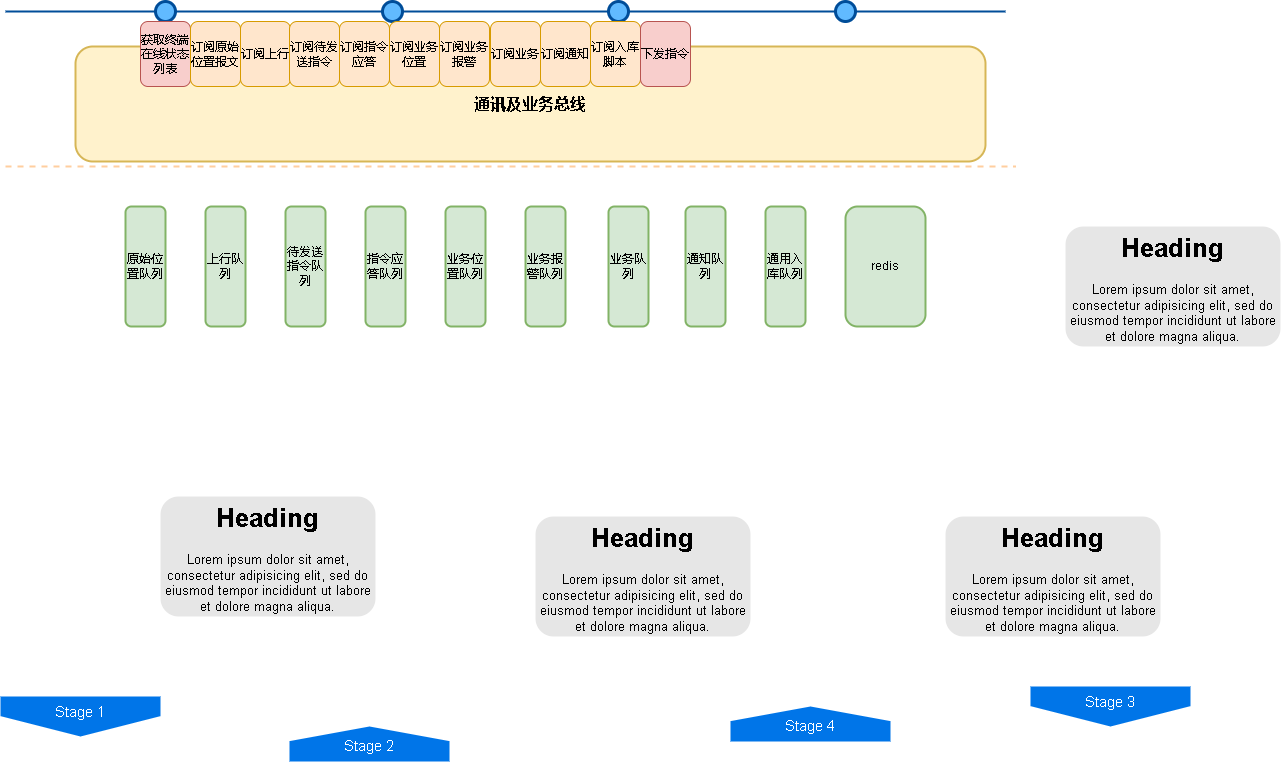
Before: CgoPro业务总线.drawio.png, a diagram exported from draw.io (xktder/draw). Source tidied: cells renumbered, new cells last; positions are measured from the earlier drawing's top-left corner, leaving out a move shared by most shapes. The source it was exported from:
```xml
<mxGraphModel>
  <root>
    <mxCell id="0" />
    <mxCell id="1" parent="0" />
    <mxCell id="2" style="line;strokeWidth=2;html=1;fillColor=none;fontSize=28;fontColor=#004D99;strokeColor=#004D99;" parent="1" vertex="1">
      <mxGeometry x="5" y="5" width="1000" height="10" as="geometry" />
    </mxCell>
    <mxCell id="3" value="Stage 1" style="shape=offPageConnector;whiteSpace=wrap;html=1;fillColor=#0075E8;fontSize=15;fontColor=#FFFFFF;size=0.5093750000000015;verticalAlign=top;strokeColor=none;" parent="1" vertex="1">
      <mxGeometry y="695" width="160" height="40" as="geometry" />
    </mxCell>
    <mxCell id="4" value="&lt;span&gt;Stage 3&lt;/span&gt;" style="shape=offPageConnector;whiteSpace=wrap;html=1;fillColor=#0075E8;fontSize=15;fontColor=#FFFFFF;size=0.5093750000000015;verticalAlign=top;strokeColor=none;" parent="1" vertex="1">
      <mxGeometry x="1030" y="685" width="160" height="40" as="geometry" />
    </mxCell>
    <mxCell id="5" value="&lt;span&gt;Stage 2&lt;/span&gt;" style="shape=offPageConnector;whiteSpace=wrap;html=1;fillColor=#0075E8;fontSize=15;fontColor=#FFFFFF;size=0.4178571428571445;flipV=1;verticalAlign=bottom;strokeColor=none;spacingBottom=4;" parent="1" vertex="1">
      <mxGeometry x="289" y="725" width="160" height="35" as="geometry" />
    </mxCell>
    <mxCell id="6" value="&lt;span&gt;Stage 4&lt;/span&gt;" style="shape=offPageConnector;whiteSpace=wrap;html=1;fillColor=#0075E8;fontSize=15;fontColor=#FFFFFF;size=0.4178571428571445;flipV=1;verticalAlign=bottom;strokeColor=none;spacingBottom=4;" parent="1" vertex="1">
      <mxGeometry x="730" y="705" width="160" height="35" as="geometry" />
    </mxCell>
    <mxCell id="7" style="ellipse;whiteSpace=wrap;html=1;fillColor=#61BAFF;fontSize=28;fontColor=#004D99;strokeWidth=3;strokeColor=#004D99;" parent="1" vertex="1">
      <mxGeometry x="155" width="20" height="20" as="geometry" />
    </mxCell>
    <mxCell id="8" style="ellipse;whiteSpace=wrap;html=1;fillColor=#61BAFF;fontSize=28;fontColor=#004D99;strokeWidth=3;strokeColor=#004D99;" parent="1" vertex="1">
      <mxGeometry x="382" width="20" height="20" as="geometry" />
    </mxCell>
    <mxCell id="9" style="ellipse;whiteSpace=wrap;html=1;fillColor=#61BAFF;fontSize=28;fontColor=#004D99;strokeWidth=3;strokeColor=#004D99;" parent="1" vertex="1">
      <mxGeometry x="608" width="20" height="20" as="geometry" />
    </mxCell>
    <mxCell id="10" style="ellipse;whiteSpace=wrap;html=1;fillColor=#61BAFF;fontSize=28;fontColor=#004D99;strokeWidth=3;strokeColor=#004D99;" parent="1" vertex="1">
      <mxGeometry x="835" width="20" height="20" as="geometry" />
    </mxCell>
    <mxCell id="11" value="&lt;h1&gt;Heading&lt;/h1&gt;&lt;p&gt;Lorem ipsum dolor sit amet, consectetur adipisicing elit, sed do eiusmod tempor incididunt ut labore et dolore magna aliqua.&lt;/p&gt;" style="text;html=1;spacing=5;spacingTop=-20;whiteSpace=wrap;overflow=hidden;strokeColor=none;strokeWidth=3;fillColor=#E6E6E6;fontSize=13;fontColor=#000000;align=center;rounded=1;" parent="1" vertex="1">
      <mxGeometry x="160" y="495" width="215" height="120" as="geometry" />
    </mxCell>
    <mxCell id="12" value="&lt;h1&gt;Heading&lt;/h1&gt;&lt;p&gt;Lorem ipsum dolor sit amet, consectetur adipisicing elit, sed do eiusmod tempor incididunt ut labore et dolore magna aliqua.&lt;/p&gt;" style="text;html=1;spacing=5;spacingTop=-20;whiteSpace=wrap;overflow=hidden;strokeColor=none;strokeWidth=3;fillColor=#E6E6E6;fontSize=13;fontColor=#000000;align=center;rounded=1;" parent="1" vertex="1">
      <mxGeometry x="1065" y="225" width="215" height="120" as="geometry" />
    </mxCell>
    <mxCell id="13" value="&lt;h1&gt;Heading&lt;/h1&gt;&lt;p&gt;Lorem ipsum dolor sit amet, consectetur adipisicing elit, sed do eiusmod tempor incididunt ut labore et dolore magna aliqua.&lt;/p&gt;" style="text;html=1;spacing=5;spacingTop=-20;whiteSpace=wrap;overflow=hidden;strokeColor=none;strokeWidth=3;fillColor=#E6E6E6;fontSize=13;fontColor=#000000;align=center;rounded=1;" parent="1" vertex="1">
      <mxGeometry x="945" y="515" width="215" height="120" as="geometry" />
    </mxCell>
    <mxCell id="14" value="&lt;h1&gt;Heading&lt;/h1&gt;&lt;p&gt;Lorem ipsum dolor sit amet, consectetur adipisicing elit, sed do eiusmod tempor incididunt ut labore et dolore magna aliqua.&lt;/p&gt;" style="text;html=1;spacing=5;spacingTop=-20;whiteSpace=wrap;overflow=hidden;strokeColor=none;strokeWidth=3;fillColor=#E6E6E6;fontSize=13;fontColor=#000000;align=center;rounded=1;" parent="1" vertex="1">
      <mxGeometry x="535" y="515" width="215" height="120" as="geometry" />
    </mxCell>
    <mxCell id="15" value="原始位置队列" style="rounded=1;whiteSpace=wrap;html=1;strokeWidth=2;strokeColor=#82b366;fillColor=#d5e8d4;" parent="1" vertex="1">
      <mxGeometry x="125" y="205" width="40" height="120" as="geometry" />
    </mxCell>
    <mxCell id="16" value="上行队列" style="rounded=1;whiteSpace=wrap;html=1;strokeWidth=2;strokeColor=#82b366;fillColor=#d5e8d4;" parent="1" vertex="1">
      <mxGeometry x="205" y="205" width="40" height="120" as="geometry" />
    </mxCell>
    <mxCell id="17" value="待发送指令队列" style="rounded=1;whiteSpace=wrap;html=1;strokeWidth=2;strokeColor=#82b366;fillColor=#d5e8d4;" parent="1" vertex="1">
      <mxGeometry x="285" y="205" width="40" height="120" as="geometry" />
    </mxCell>
    <mxCell id="18" value="redis" style="rounded=1;whiteSpace=wrap;html=1;strokeWidth=2;strokeColor=#82b366;fillColor=#d5e8d4;" parent="1" vertex="1">
      <mxGeometry x="845" y="205" width="80" height="120" as="geometry" />
    </mxCell>
    <mxCell id="19" value="指令应答队列" style="rounded=1;whiteSpace=wrap;html=1;strokeWidth=2;strokeColor=#82b366;fillColor=#d5e8d4;" parent="1" vertex="1">
      <mxGeometry x="365" y="205" width="40" height="120" as="geometry" />
    </mxCell>
    <mxCell id="20" value="业务位置队列" style="rounded=1;whiteSpace=wrap;html=1;strokeWidth=2;strokeColor=#82b366;fillColor=#d5e8d4;" parent="1" vertex="1">
      <mxGeometry x="445" y="205" width="40" height="120" as="geometry" />
    </mxCell>
    <mxCell id="21" value="业务报警队列" style="rounded=1;whiteSpace=wrap;html=1;strokeWidth=2;strokeColor=#82b366;fillColor=#d5e8d4;" parent="1" vertex="1">
      <mxGeometry x="525" y="205" width="40" height="120" as="geometry" />
    </mxCell>
    <mxCell id="22" value="业务队列" style="rounded=1;whiteSpace=wrap;html=1;strokeWidth=2;strokeColor=#82b366;fillColor=#d5e8d4;" parent="1" vertex="1">
      <mxGeometry x="608" y="205" width="40" height="120" as="geometry" />
    </mxCell>
    <mxCell id="23" value="通知队列" style="rounded=1;whiteSpace=wrap;html=1;strokeWidth=2;strokeColor=#82b366;fillColor=#d5e8d4;" parent="1" vertex="1">
      <mxGeometry x="685" y="205" width="40" height="120" as="geometry" />
    </mxCell>
    <mxCell id="24" value="通用入库队列" style="rounded=1;whiteSpace=wrap;html=1;strokeWidth=2;strokeColor=#82b366;fillColor=#d5e8d4;" parent="1" vertex="1">
      <mxGeometry x="765" y="205" width="40" height="120" as="geometry" />
    </mxCell>
    <mxCell id="25" style="endArrow=none;dashed=1;html=1;rounded=0;strokeWidth=2;strokeColor=#FFCE9F;" parent="1" edge="1">
      <mxGeometry relative="1" as="geometry">
        <mxPoint x="5" y="165" as="sourcePoint" />
        <mxPoint x="1015" y="165" as="targetPoint" />
      </mxGeometry>
    </mxCell>
    <mxCell id="26" value="&lt;font style=&quot;font-size: 16px;&quot;&gt;&lt;b&gt;通讯及业务总线&lt;/b&gt;&lt;/font&gt;" style="rounded=1;whiteSpace=wrap;html=1;strokeWidth=2;strokeColor=#d6b656;fillColor=#fff2cc;" parent="1" vertex="1">
      <mxGeometry x="75" y="45" width="910" height="115" as="geometry" />
    </mxCell>
    <mxCell id="27" value="获取终端在线状态列表" style="rounded=1;whiteSpace=wrap;html=1;fillColor=#f8cecc;strokeColor=#b85450;" parent="1" vertex="1">
      <mxGeometry x="140" y="20" width="50" height="65" as="geometry" />
    </mxCell>
    <mxCell id="28" value="订阅原始位置报文" style="rounded=1;whiteSpace=wrap;html=1;fillColor=#ffe6cc;strokeColor=#d79b00;" parent="1" vertex="1">
      <mxGeometry x="190" y="20" width="50" height="65" as="geometry" />
    </mxCell>
    <mxCell id="29" value="订阅上行" style="rounded=1;whiteSpace=wrap;html=1;fillColor=#ffe6cc;strokeColor=#d79b00;" parent="1" vertex="1">
      <mxGeometry x="240" y="20" width="50" height="65" as="geometry" />
    </mxCell>
    <mxCell id="30" value="订阅待发送指令" style="rounded=1;whiteSpace=wrap;html=1;fillColor=#ffe6cc;strokeColor=#d79b00;" parent="1" vertex="1">
      <mxGeometry x="289" y="20" width="50" height="65" as="geometry" />
    </mxCell>
    <mxCell id="31" value="订阅指令应答" style="rounded=1;whiteSpace=wrap;html=1;fillColor=#ffe6cc;strokeColor=#d79b00;" parent="1" vertex="1">
      <mxGeometry x="339" y="20" width="50" height="65" as="geometry" />
    </mxCell>
    <mxCell id="32" value="订阅业务位置" style="rounded=1;whiteSpace=wrap;html=1;fillColor=#ffe6cc;strokeColor=#d79b00;" parent="1" vertex="1">
      <mxGeometry x="389" y="20" width="50" height="65" as="geometry" />
    </mxCell>
    <mxCell id="33" value="订阅业务报警" style="rounded=1;whiteSpace=wrap;html=1;fillColor=#ffe6cc;strokeColor=#d79b00;" parent="1" vertex="1">
      <mxGeometry x="439" y="20" width="50" height="65" as="geometry" />
    </mxCell>
    <mxCell id="34" value="订阅业务" style="rounded=1;whiteSpace=wrap;html=1;fillColor=#ffe6cc;strokeColor=#d79b00;" parent="1" vertex="1">
      <mxGeometry x="490" y="20" width="50" height="65" as="geometry" />
    </mxCell>
    <mxCell id="35" value="订阅通知" style="rounded=1;whiteSpace=wrap;html=1;fillColor=#ffe6cc;strokeColor=#d79b00;" parent="1" vertex="1">
      <mxGeometry x="540" y="20" width="50" height="65" as="geometry" />
    </mxCell>
    <mxCell id="36" value="订阅入库脚本" style="rounded=1;whiteSpace=wrap;html=1;fillColor=#ffe6cc;strokeColor=#d79b00;" parent="1" vertex="1">
      <mxGeometry x="590" y="20" width="50" height="65" as="geometry" />
    </mxCell>
    <mxCell id="37" value="下发指令" style="rounded=1;whiteSpace=wrap;html=1;fillColor=#f8cecc;strokeColor=#b85450;" parent="1" vertex="1">
      <mxGeometry x="640" y="20" width="50" height="65" as="geometry" />
    </mxCell>
  </root>
</mxGraphModel>
```
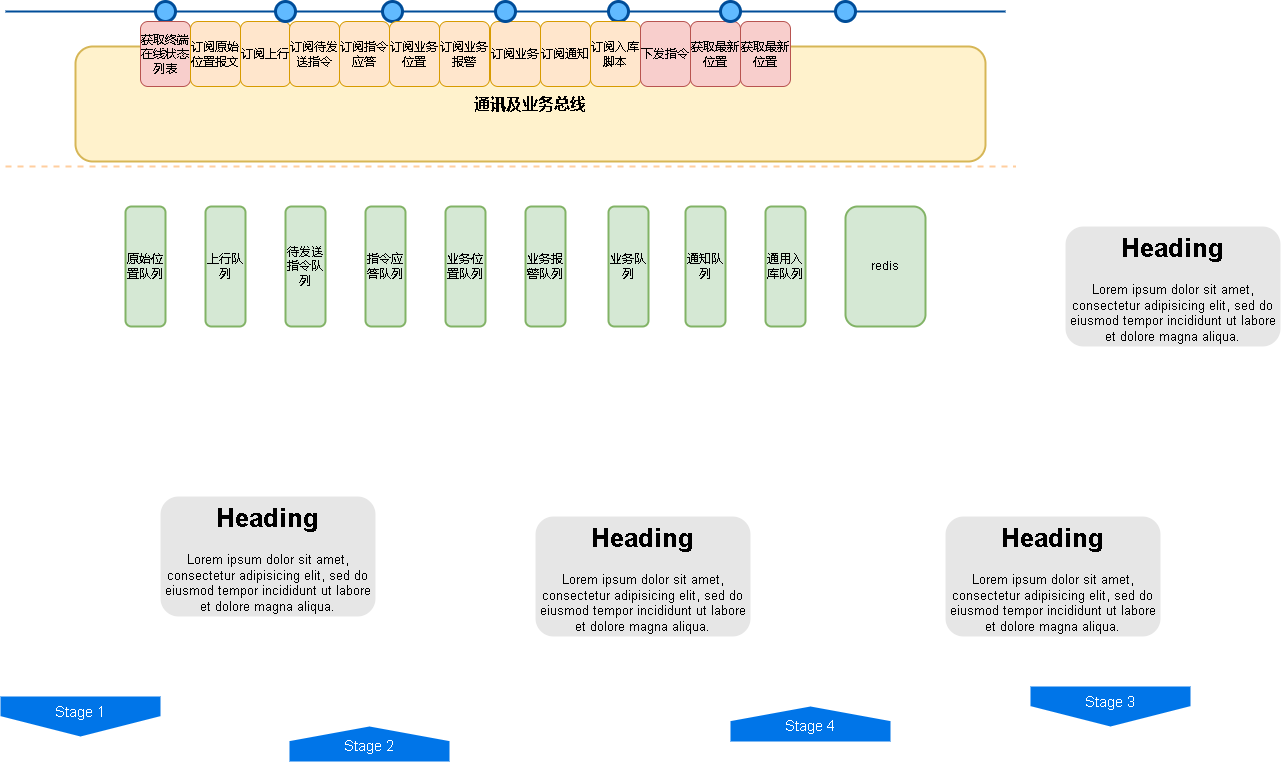
Above is the later version.

Commit message:
更新CgoPro业务总线.drawio.png

Diff of the diagram source:
```diff
@@ -113,5 +113,20 @@
     <mxCell id="37" value="下发指令" style="rounded=1;whiteSpace=wrap;html=1;fillColor=#f8cecc;strokeColor=#b85450;" parent="1" vertex="1">
       <mxGeometry x="640" y="20" width="50" height="65" as="geometry" />
     </mxCell>
+    <mxCell id="38" value="获取最新位置" style="rounded=1;whiteSpace=wrap;html=1;fillColor=#f8cecc;strokeColor=#b85450;" parent="1" vertex="1">
+      <mxGeometry x="690" y="20" width="50" height="65" as="geometry" />
+    </mxCell>
+    <mxCell id="39" value="获取最新位置" style="rounded=1;whiteSpace=wrap;html=1;fillColor=#f8cecc;strokeColor=#b85450;" parent="1" vertex="1">
+      <mxGeometry x="740" y="20" width="50" height="65" as="geometry" />
+    </mxCell>
+    <mxCell id="40" style="ellipse;whiteSpace=wrap;html=1;fillColor=#61BAFF;fontSize=28;fontColor=#004D99;strokeWidth=3;strokeColor=#004D99;" parent="1" vertex="1">
+      <mxGeometry x="495" width="20" height="20" as="geometry" />
+    </mxCell>
+    <mxCell id="41" style="ellipse;whiteSpace=wrap;html=1;fillColor=#61BAFF;fontSize=28;fontColor=#004D99;strokeWidth=3;strokeColor=#004D99;" parent="1" vertex="1">
+      <mxGeometry x="275" width="20" height="20" as="geometry" />
+    </mxCell>
+    <mxCell id="42" style="ellipse;whiteSpace=wrap;html=1;fillColor=#61BAFF;fontSize=28;fontColor=#004D99;strokeWidth=3;strokeColor=#004D99;" parent="1" vertex="1">
+      <mxGeometry x="720" width="20" height="20" as="geometry" />
+    </mxCell>
   </root>
 </mxGraphModel>
```
